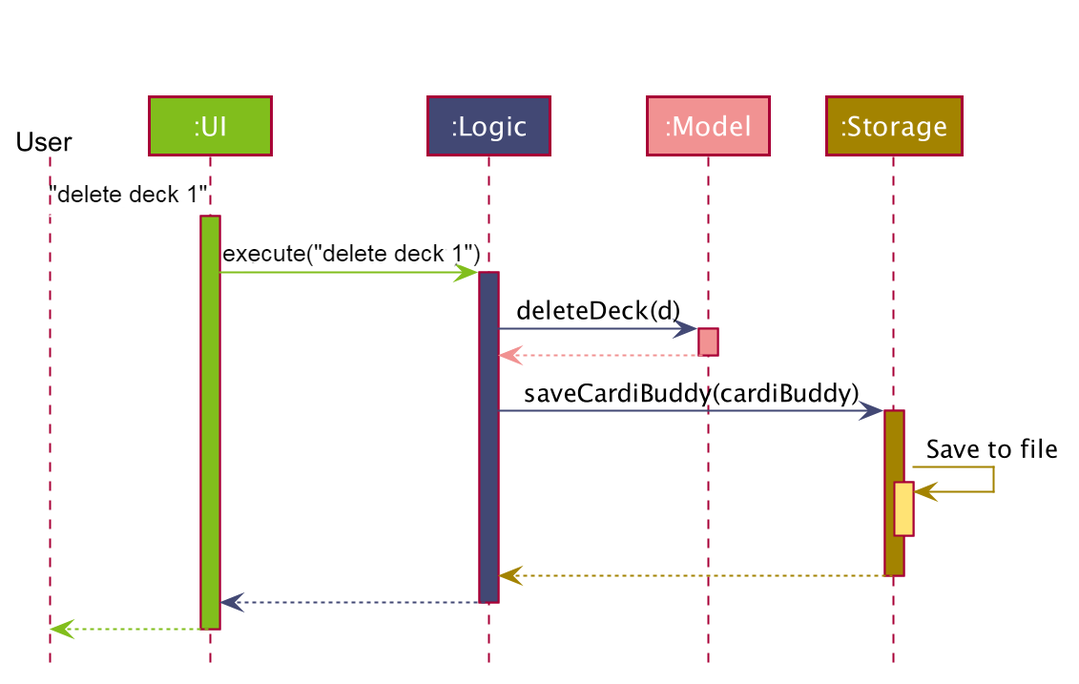
sigmund-c/main keeps this PlantUML diagram as docs/images/ArchitectureSequenceDiagram.png. Above is the earlier version. Its source is kept beside it as docs/diagrams/ArchitectureSequenceDiagram.puml. Its diagram source:
```plantuml
@startuml
!include style.puml

Actor User as user USER_COLOR
Participant ":UI" as ui UI_COLOR
Participant ":Logic" as cardibuddy.logic LOGIC_COLOR
Participant ":Model" as model MODEL_COLOR
Participant ":Storage" as storage STORAGE_COLOR

user -[USER_COLOR]> ui : "delete 1"
activate ui UI_COLOR

ui -[UI_COLOR]> cardibuddy.logic : execute("delete 1")
activate cardibuddy.logic LOGIC_COLOR

cardibuddy.logic -[LOGIC_COLOR]> model : deleteDeck(d)
activate model MODEL_COLOR

model -[MODEL_COLOR]-> cardibuddy.logic
deactivate model

cardibuddy.logic -[LOGIC_COLOR]> storage : saveCardiBuddy(cardiBuddy)
activate storage STORAGE_COLOR

storage -[STORAGE_COLOR]> storage : Save to file
activate storage STORAGE_COLOR_T1
deactivate storage

storage --[STORAGE_COLOR]> cardibuddy.logic
deactivate storage

cardibuddy.logic --[LOGIC_COLOR]> ui
deactivate cardibuddy.logic

ui--[UI_COLOR]> user
deactivate ui
@enduml
```
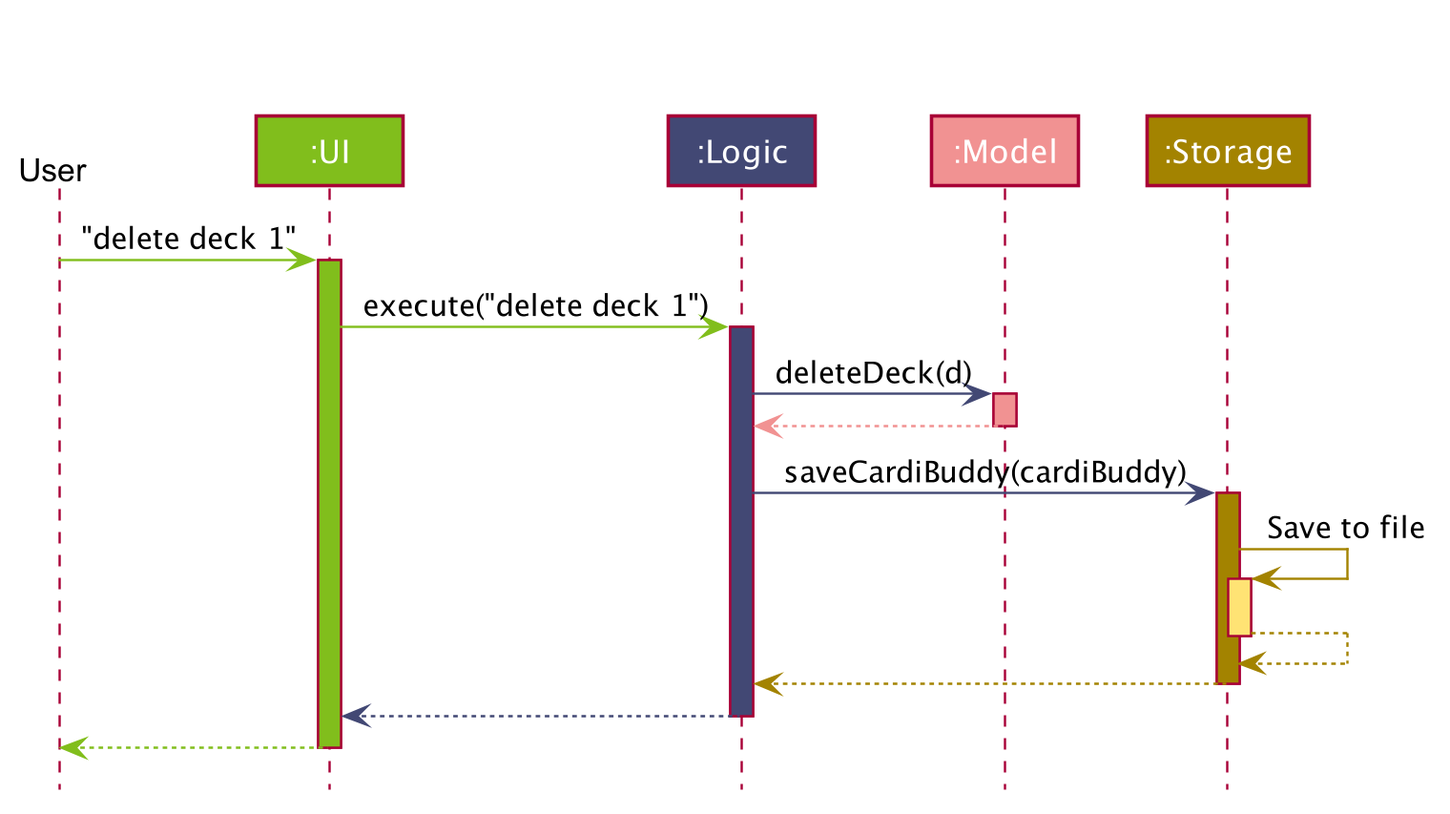
The same file after the commit.

Commit message:
Updated Architecture Sequence Diagram

Change to the diagram source:
```diff
@@ -7,10 +7,10 @@
 Participant ":Model" as model MODEL_COLOR
 Participant ":Storage" as storage STORAGE_COLOR
 
-user -[USER_COLOR]> ui : "delete 1"
+user -[UI_COLOR]> ui : "delete deck 1"
 activate ui UI_COLOR
 
-ui -[UI_COLOR]> cardibuddy.logic : execute("delete 1")
+ui -[UI_COLOR]> cardibuddy.logic : execute("delete deck 1")
 activate cardibuddy.logic LOGIC_COLOR
 
 cardibuddy.logic -[LOGIC_COLOR]> model : deleteDeck(d)
@@ -24,6 +24,8 @@
 
 storage -[STORAGE_COLOR]> storage : Save to file
 activate storage STORAGE_COLOR_T1
+
+storage -[STORAGE_COLOR]--> storage
 deactivate storage
 
 storage --[STORAGE_COLOR]> cardibuddy.logic
```
